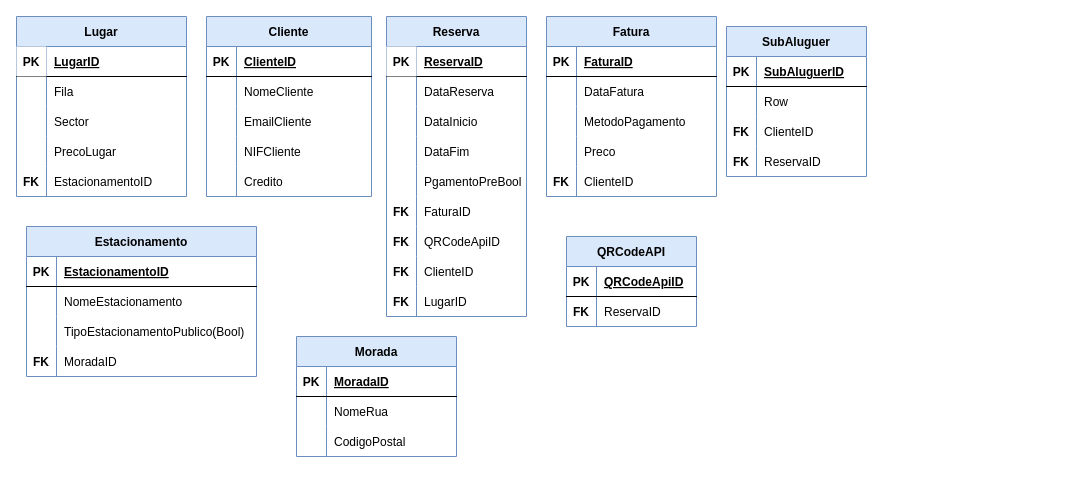
Before: ERSmartParking.drawio in PauloTor/UPskillDOTNET, a draw.io diagram. Source tidied: cells renumbered, new cells numbered last; positions are measured from the earlier drawing's top-left corner, leaving out a move shared by most shapes. Both pictures are drawn from the tidied source at 100%, with x=0, y=0 at pixel (16, 16).
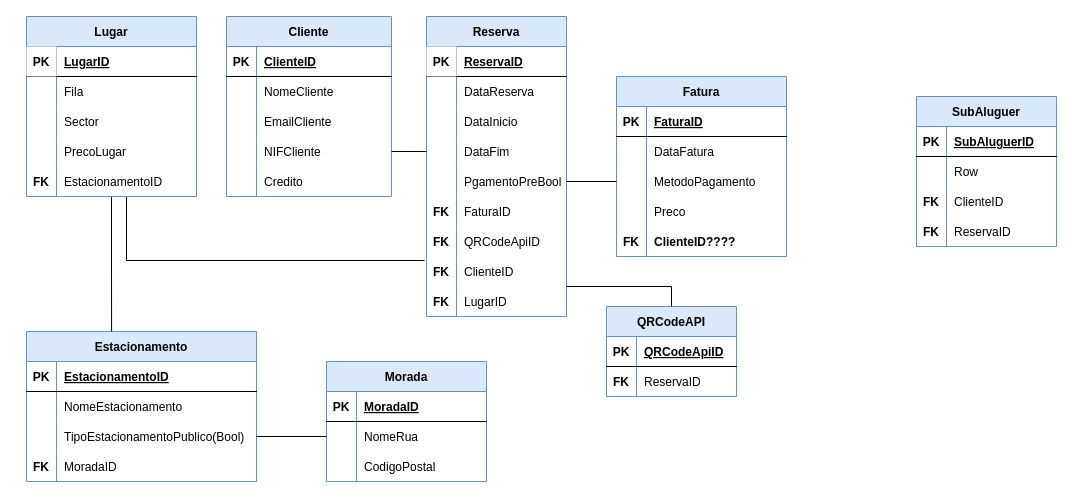
After the change.

The change refers to these unchanged cells:
```xml
<mxCell id="12" style="shape=partialRectangle;fillColor=none;top=0;left=0;bottom=0;right=0;points=[[0,0.5],[1,0.5]];portConstraint=eastwest;" parent="2" vertex="1">
  <mxGeometry y="120" width="140" height="30" as="geometry" />
</mxCell>
<mxCell id="15" style="shape=partialRectangle;fillColor=none;top=0;left=0;bottom=0;right=0;points=[[0,0.5],[1,0.5]];portConstraint=eastwest;" parent="2" vertex="1">
  <mxGeometry y="150" width="140" height="30" as="geometry" />
</mxCell>
<mxCell id="24" style="shape=partialRectangle;fillColor=none;points=[[0,0.5],[1,0.5]];portConstraint=eastwest;top=0;left=0;right=0;bottom=0;" parent="2" vertex="1">
  <mxGeometry y="240" width="140" height="30" as="geometry" />
</mxCell>
<mxCell id="37" style="shape=partialRectangle;fillColor=none;top=0;left=0;bottom=0;right=0;points=[[0,0.5],[1,0.5]];portConstraint=eastwest;" parent="30" vertex="1">
  <mxGeometry y="90" width="230" height="30" as="geometry" />
</mxCell>
<mxCell id="69" style="shape=partialRectangle;fillColor=none;top=0;left=0;bottom=0;right=0;points=[[0,0.5],[1,0.5]];portConstraint=eastwest;" parent="59" vertex="1">
  <mxGeometry y="120" width="165" height="30" as="geometry" />
</mxCell>
<mxCell id="82" style="shape=partialRectangle;fillColor=none;points=[[0,0.5],[1,0.5]];portConstraint=eastwest;top=0;left=0;right=0;bottom=0;" parent="75" vertex="1">
  <mxGeometry y="90" width="170" height="30" as="geometry" />
</mxCell>
<mxCell id="88" style="shape=partialRectangle;fillColor=none;top=0;left=0;bottom=0;right=0;" parent="75" vertex="1">
  <mxGeometry y="150" width="170" height="30" as="geometry" />
</mxCell>
<mxCell id="95" style="shape=partialRectangle;fillColor=none;top=0;left=0;bottom=0;right=0;points=[[0,0.5],[1,0.5]];portConstraint=eastwest;" parent="91" vertex="1">
  <mxGeometry y="60" width="160" height="30" as="geometry" />
</mxCell>
```

What changed in the source:
```diff
@@
     <mxCell id="2" value="Reserva" style="shape=table;startSize=30;childLayout=tableLayout;rowLines=0;fontStyle=1;align=center;fillColor=#dae8fc;strokeColor=#6c8ebf;" parent="1" vertex="1">
-      <mxGeometry x="370" width="140" height="300" as="geometry" />
+      <mxGeometry x="410" width="140" height="300" as="geometry" />
     </mxCell>
@@
     <mxCell id="30" value="Estacionamento" style="shape=table;startSize=30;childLayout=tableLayout;rowLines=0;fontStyle=1;align=center;fillColor=#dae8fc;strokeColor=#6c8ebf;" parent="1" vertex="1">
-      <mxGeometry x="10" y="210" width="230" height="150" as="geometry" />
+      <mxGeometry x="10" y="315" width="230" height="150" as="geometry" />
     </mxCell>
@@
+    <mxCell id="121" style="edgeStyle=orthogonalEdgeStyle;rounded=0;jettySize=auto;html=1;entryX=-0.014;entryY=0.133;entryDx=0;entryDy=0;entryPerimeter=0;endArrow=none;endFill=0;" parent="1" edge="1" source="43" target="24">
+      <mxGeometry relative="1" as="geometry">
+        <Array as="points">
+          <mxPoint x="110" y="244" />
+        </Array>
+      </mxGeometry>
+    </mxCell>
+    <mxCell id="122" style="edgeStyle=orthogonalEdgeStyle;rounded=0;jettySize=auto;html=1;entryX=0.37;entryY=0;entryDx=0;entryDy=0;entryPerimeter=0;endArrow=none;endFill=0;" parent="1" edge="1" source="43" target="30">
+      <mxGeometry relative="1" as="geometry" />
+    </mxCell>
     <mxCell id="43" value="Lugar" style="shape=table;startSize=30;childLayout=tableLayout;rowLines=0;fontStyle=1;align=center;fillColor=#dae8fc;strokeColor=#6c8ebf;" parent="1" vertex="1">
-      <mxGeometry width="170" height="180" as="geometry" />
+      <mxGeometry x="10" width="170" height="180" as="geometry" />
     </mxCell>
@@
     <mxCell id="59" value="Cliente" style="shape=table;startSize=30;childLayout=tableLayout;rowLines=0;fontStyle=1;align=center;fillColor=#dae8fc;strokeColor=#6c8ebf;" parent="1" vertex="1">
-      <mxGeometry x="190" width="165" height="180" as="geometry" />
+      <mxGeometry x="210" width="165" height="180" as="geometry" />
     </mxCell>
@@
     <mxCell id="75" value="Fatura" style="shape=table;startSize=30;childLayout=tableLayout;rowLines=0;fontStyle=1;align=center;fillColor=#dae8fc;strokeColor=#6c8ebf;" parent="1" vertex="1">
-      <mxGeometry x="530" width="170" height="180" as="geometry" />
+      <mxGeometry x="600" y="60" width="170" height="180" as="geometry" />
     </mxCell>
@@
-    <mxCell id="90" value="ClienteID" style="shape=partialRectangle;fillColor=none;top=0;left=0;bottom=0;right=0;align=left;spacingLeft=6;fontStyle=0;overflow=hidden;" parent="88" vertex="1">
+    <mxCell id="90" value="ClienteID????" style="shape=partialRectangle;fillColor=none;top=0;left=0;bottom=0;right=0;align=left;spacingLeft=6;fontStyle=1;overflow=hidden;" parent="88" vertex="1">
       <mxGeometry x="30" width="140" height="30" as="geometry" />
     </mxCell>
     <mxCell id="91" value="Morada" style="shape=table;startSize=30;childLayout=tableLayout;rowLines=0;fontStyle=1;align=center;fillColor=#dae8fc;strokeColor=#6c8ebf;" parent="1" vertex="1">
-      <mxGeometry x="280" y="320" width="160" height="120" as="geometry" />
+      <mxGeometry x="310" y="345" width="160" height="120" as="geometry" />
     </mxCell>
@@
     <mxCell id="101" value="SubAluguer" style="shape=table;startSize=30;childLayout=tableLayout;rowLines=0;fontStyle=1;align=center;fillColor=#dae8fc;strokeColor=#6c8ebf;" parent="1" vertex="1">
-      <mxGeometry x="710" y="10" width="140" height="150" as="geometry" />
+      <mxGeometry x="900" y="80" width="140" height="150" as="geometry" />
     </mxCell>
@@
     <mxCell id="114" value="QRCodeAPI" style="shape=table;startSize=30;childLayout=tableLayout;rowLines=0;fontStyle=1;align=center;fillColor=#dae8fc;strokeColor=#6c8ebf;" parent="1" vertex="1">
-      <mxGeometry x="550" y="220" width="130" height="90" as="geometry" />
+      <mxGeometry x="590" y="290" width="130" height="90" as="geometry" />
     </mxCell>
@@
+    <mxCell id="123" style="edgeStyle=orthogonalEdgeStyle;rounded=0;jettySize=auto;html=1;endArrow=none;endFill=0;entryX=0;entryY=0.5;entryDx=0;entryDy=0;" parent="1" edge="1" source="15" target="82">
+      <mxGeometry relative="1" as="geometry" />
+    </mxCell>
+    <mxCell id="124" style="edgeStyle=orthogonalEdgeStyle;rounded=0;jettySize=auto;html=1;endArrow=none;endFill=0;" parent="1" edge="1" source="24" target="114">
+      <mxGeometry relative="1" as="geometry">
+        <Array as="points">
+          <mxPoint x="655" y="270" />
+        </Array>
+      </mxGeometry>
+    </mxCell>
+    <mxCell id="125" style="edgeStyle=orthogonalEdgeStyle;rounded=0;jettySize=auto;html=1;entryX=0;entryY=0.5;entryDx=0;entryDy=0;endArrow=none;endFill=0;" parent="1" edge="1" source="69" target="12">
+      <mxGeometry relative="1" as="geometry" />
+    </mxCell>
+    <mxCell id="126" style="edgeStyle=orthogonalEdgeStyle;rounded=0;jettySize=auto;html=1;entryX=0;entryY=0.5;entryDx=0;entryDy=0;endArrow=none;endFill=0;" parent="1" edge="1" source="37" target="95">
+      <mxGeometry relative="1" as="geometry" />
+    </mxCell>
```
